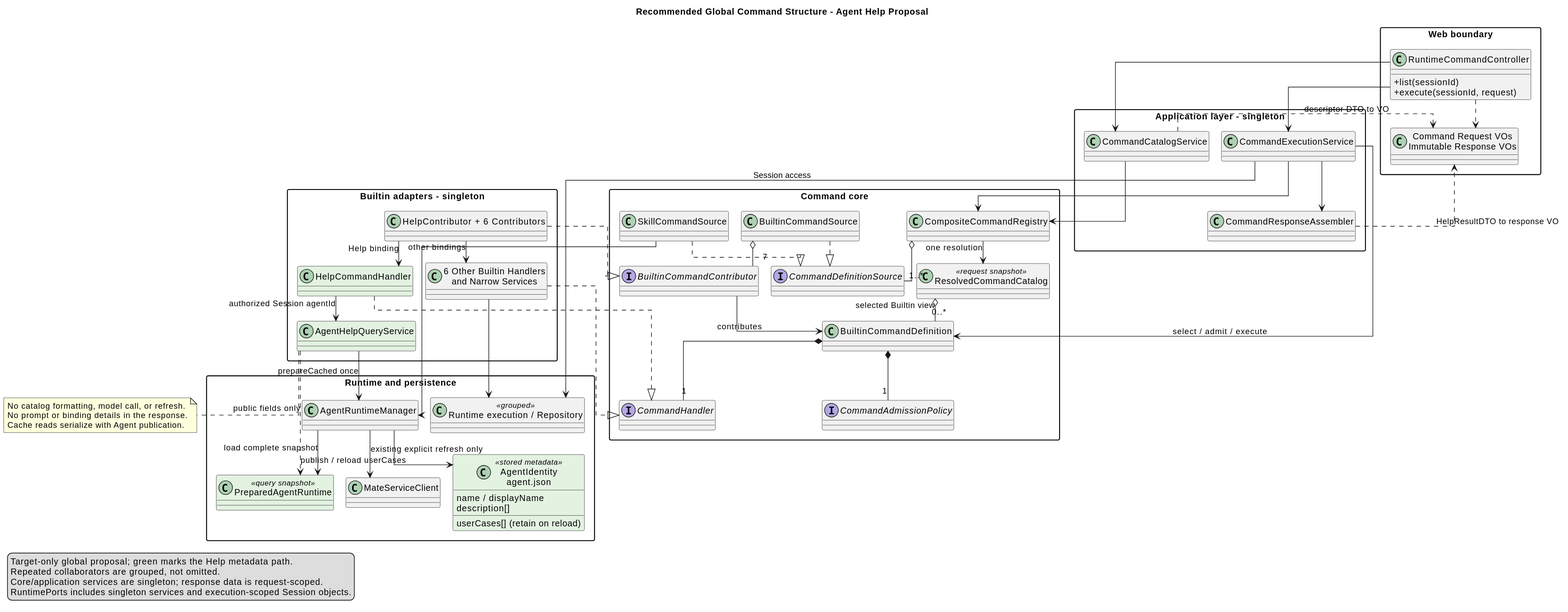
ssm0808/pi-mono-java-design keeps this PlantUML diagram as 04-命令与技能/01-内置命令/Help-Agent使用指南/target_help_global_classes.svg. Above is the earlier version.
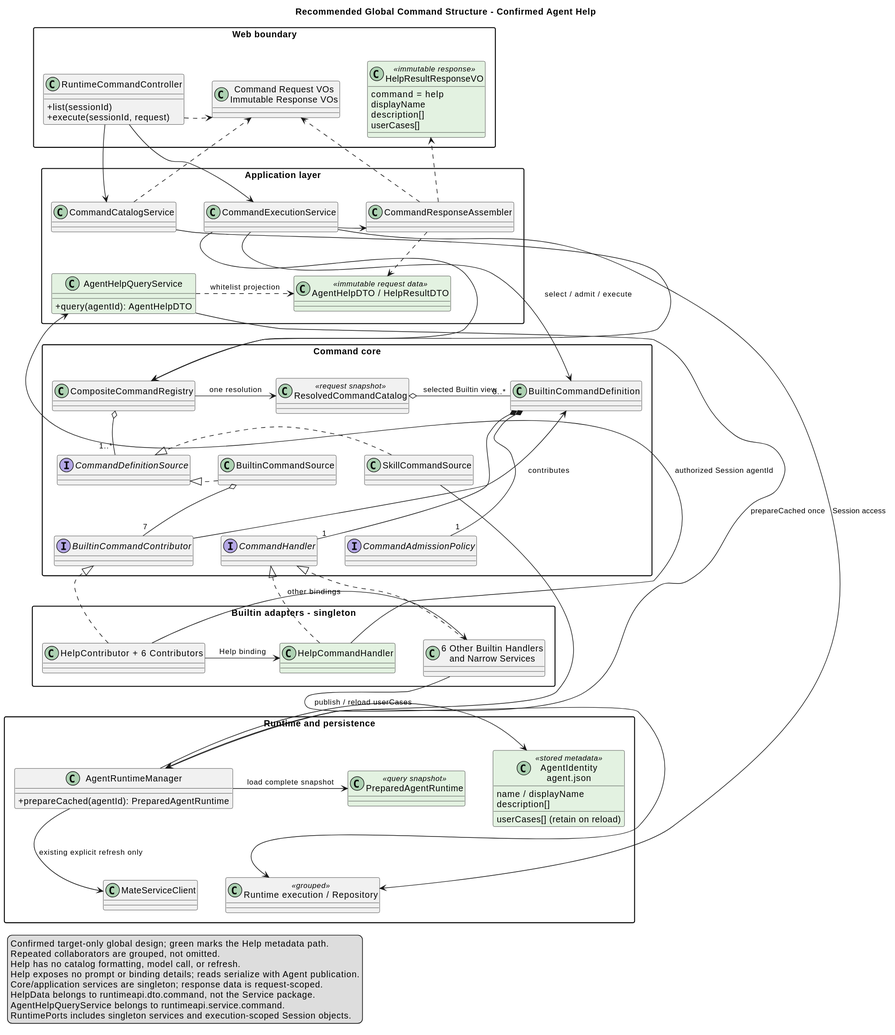
After the commit.

The edit, as a diff of the source:
```diff
@@ -1,26 +1,36 @@
 @startuml
-title Recommended Global Command Structure - Agent Help Proposal
+title Recommended Global Command Structure - Confirmed Agent Help
 top to bottom direction
 skinparam shadowing false
 skinparam classAttributeIconSize 0
 skinparam packageStyle rectangle
-skinparam nodesep 20
-skinparam ranksep 35
-skinparam linetype ortho
+skinparam nodesep 45
+skinparam ranksep 65
+skinparam ArrowFontSize 12
 
-package "Web boundary" {
+package "Web boundary" as Web {
   class RuntimeCommandController {
     +list(sessionId)
     +execute(sessionId, request)
   }
   class "Command Request VOs\nImmutable Response VOs" as CommandVOs
+  class HelpResultResponseVO <<immutable response>> #E3F2E1 {
+    command = help
+    displayName
+    description[]
+    userCases[]
+  }
 }
-package "Application layer - singleton" {
+package "Application layer" as Application {
   class CommandCatalogService
   class CommandExecutionService
   class CommandResponseAssembler
+  class AgentHelpQueryService #E3F2E1 {
+    +query(agentId): AgentHelpDTO
+  }
+  class "AgentHelpDTO / HelpResultDTO" as HelpData <<immutable request data>> #E3F2E1
 }
-package "Command core" {
+package "Command core" as Core {
   class CompositeCommandRegistry
   class ResolvedCommandCatalog <<request snapshot>>
   interface CommandDefinitionSource
@@ -31,14 +41,15 @@
   interface CommandHandler
   interface CommandAdmissionPolicy
 }
-package "Builtin adapters - singleton" {
+package "Builtin adapters - singleton" as Adapters {
   class "HelpContributor + 6 Contributors" as Contributors
   class HelpCommandHandler #E3F2E1
-  class AgentHelpQueryService #E3F2E1
   class "6 Other Builtin Handlers\nand Narrow Services" as OtherBuiltins
 }
-package "Runtime and persistence" {
-  class AgentRuntimeManager
+package "Runtime and persistence" as Runtime {
+  class AgentRuntimeManager {
+    +prepareCached(agentId): PreparedAgentRuntime
+  }
   class PreparedAgentRuntime <<query snapshot>> #E3F2E1
   class "AgentIdentity\nagent.json" as AgentIdentity <<stored metadata>> #E3F2E1 {
     name / displayName
@@ -49,52 +60,74 @@
   class "Runtime execution / Repository" as RuntimePorts <<grouped>>
 }
 
-RuntimeCommandController --> CommandCatalogService
-RuntimeCommandController --> CommandExecutionService
-RuntimeCommandController ..> CommandVOs
-CommandCatalogService --> CompositeCommandRegistry
-CommandCatalogService ..> CommandVOs : descriptor DTO to VO
-CommandExecutionService --> CompositeCommandRegistry
-CommandExecutionService --> CommandResponseAssembler
-CommandResponseAssembler ..> CommandVOs : HelpResultDTO to response VO
-CompositeCommandRegistry o-- "1..*" CommandDefinitionSource
-BuiltinCommandSource ..|> CommandDefinitionSource
-SkillCommandSource ..|> CommandDefinitionSource
-CompositeCommandRegistry --> ResolvedCommandCatalog : one resolution
-BuiltinCommandSource o-- "7" BuiltinCommandContributor
-Contributors ..|> BuiltinCommandContributor
-BuiltinCommandContributor --> BuiltinCommandDefinition : contributes
-ResolvedCommandCatalog o-- "0..*" BuiltinCommandDefinition : selected Builtin view
-BuiltinCommandDefinition *-- "1" CommandHandler
-BuiltinCommandDefinition *-- "1" CommandAdmissionPolicy
-CommandExecutionService --> BuiltinCommandDefinition : select / admit / execute
-HelpCommandHandler ..|> CommandHandler
-OtherBuiltins ..|> CommandHandler
-Contributors --> HelpCommandHandler : Help binding
-Contributors --> OtherBuiltins : other bindings
-HelpCommandHandler --> AgentHelpQueryService : authorized Session agentId
-AgentHelpQueryService --> AgentRuntimeManager : prepareCached once
-AgentHelpQueryService ..> PreparedAgentRuntime : public fields only
-AgentRuntimeManager --> PreparedAgentRuntime : load complete snapshot
-AgentRuntimeManager --> AgentIdentity : publish / reload userCases
-AgentRuntimeManager --> MateServiceClient : existing explicit refresh only
-SkillCommandSource --> AgentRuntimeManager
-OtherBuiltins --> RuntimePorts
-CommandExecutionService --> RuntimePorts : Session access
+RuntimeCommandController -[norank]-> CommandCatalogService
+RuntimeCommandController -[norank]-> CommandExecutionService
+RuntimeCommandController -[dashed,norank]-> CommandVOs
+CommandCatalogService -[norank]-> CompositeCommandRegistry
+CommandCatalogService -[dashed,norank]-> CommandVOs
+CommandExecutionService -[norank]-> CompositeCommandRegistry
+CommandExecutionService -[norank]-> CommandResponseAssembler
+CommandResponseAssembler -[dashed,norank]-> CommandVOs
+CommandResponseAssembler -[dashed,norank]-> HelpData
+CommandResponseAssembler -[dashed,norank]-> HelpResultResponseVO
+CompositeCommandRegistry o-[norank]- "1..*" CommandDefinitionSource
+BuiltinCommandSource -[dashed,norank]-|> CommandDefinitionSource
+SkillCommandSource -[dashed,norank]-|> CommandDefinitionSource
+CompositeCommandRegistry -[norank]-> ResolvedCommandCatalog : one resolution
+BuiltinCommandSource o-[norank]- "7" BuiltinCommandContributor
+Contributors -[dashed,norank]-|> BuiltinCommandContributor
+BuiltinCommandContributor -[norank]-> BuiltinCommandDefinition : contributes
+ResolvedCommandCatalog o-[norank]- "0..*" BuiltinCommandDefinition : selected Builtin view
+BuiltinCommandDefinition *-[norank]- "1" CommandHandler
+BuiltinCommandDefinition *-[norank]- "1" CommandAdmissionPolicy
+CommandExecutionService -[norank]-> BuiltinCommandDefinition : select / admit / execute
+HelpCommandHandler -[dashed,norank]-|> CommandHandler
+OtherBuiltins -[dashed,norank]-|> CommandHandler
+Contributors -[norank]-> HelpCommandHandler : Help binding
+Contributors -[norank]-> OtherBuiltins : other bindings
+HelpCommandHandler -[norank]-> AgentHelpQueryService : authorized Session agentId
+AgentHelpQueryService -[dashed,norank]-> HelpData : whitelist projection
+AgentHelpQueryService -[norank]-> AgentRuntimeManager : prepareCached once
+AgentRuntimeManager -[norank]-> PreparedAgentRuntime : load complete snapshot
+AgentRuntimeManager -[norank]-> AgentIdentity : publish / reload userCases
+AgentRuntimeManager -[norank]-> MateServiceClient : existing explicit refresh only
+SkillCommandSource -[norank]-> AgentRuntimeManager
+OtherBuiltins -[norank]-> RuntimePorts
+CommandExecutionService -[norank]-> RuntimePorts : Session access
 
+RuntimeCommandController -[hidden]right-> CommandVOs
+CommandVOs -[hidden]right-> HelpResultResponseVO
 RuntimeCommandController -[hidden]down-> CommandCatalogService
-CommandCatalogService -[hidden]down-> CompositeCommandRegistry
-BuiltinCommandSource -[hidden]down-> Contributors
+CommandCatalogService -[hidden]right-> CommandExecutionService
+CommandExecutionService -[hidden]right-> CommandResponseAssembler
+CommandCatalogService -[hidden]down-> AgentHelpQueryService
+AgentHelpQueryService -[hidden]right-> HelpData
+AgentHelpQueryService -[hidden]down-> CompositeCommandRegistry
+CompositeCommandRegistry -[hidden]right-> ResolvedCommandCatalog
+ResolvedCommandCatalog -[hidden]right-> BuiltinCommandDefinition
+CompositeCommandRegistry -[hidden]down-> CommandDefinitionSource
+CommandDefinitionSource -[hidden]right-> BuiltinCommandSource
+BuiltinCommandSource -[hidden]right-> SkillCommandSource
+CommandDefinitionSource -[hidden]down-> BuiltinCommandContributor
+BuiltinCommandContributor -[hidden]right-> CommandHandler
+CommandHandler -[hidden]right-> CommandAdmissionPolicy
+BuiltinCommandContributor -[hidden]down-> Contributors
+Contributors -[hidden]right-> HelpCommandHandler
+HelpCommandHandler -[hidden]right-> OtherBuiltins
+Contributors -[hidden]down-> AgentRuntimeManager
+AgentRuntimeManager -[hidden]right-> PreparedAgentRuntime
+PreparedAgentRuntime -[hidden]right-> AgentIdentity
+AgentRuntimeManager -[hidden]down-> MateServiceClient
+MateServiceClient -[hidden]right-> RuntimePorts
 
-note bottom of AgentHelpQueryService
-No catalog formatting, model call, or refresh.
-No prompt or binding details in the response.
-Cache reads serialize with Agent publication.
-end note
 legend bottom left
-Target-only global proposal; green marks the Help metadata path.
+Confirmed target-only global design; green marks the Help metadata path.
 Repeated collaborators are grouped, not omitted.
+Help has no catalog formatting, model call, or refresh.
+Help exposes no prompt or binding details; reads serialize with Agent publication.
 Core/application services are singleton; response data is request-scoped.
+HelpData belongs to runtimeapi.dto.command, not the Service package.
+AgentHelpQueryService belongs to runtimeapi.service.command.
 RuntimePorts includes singleton services and execution-scoped Session objects.
 endlegend
 @enduml
```
